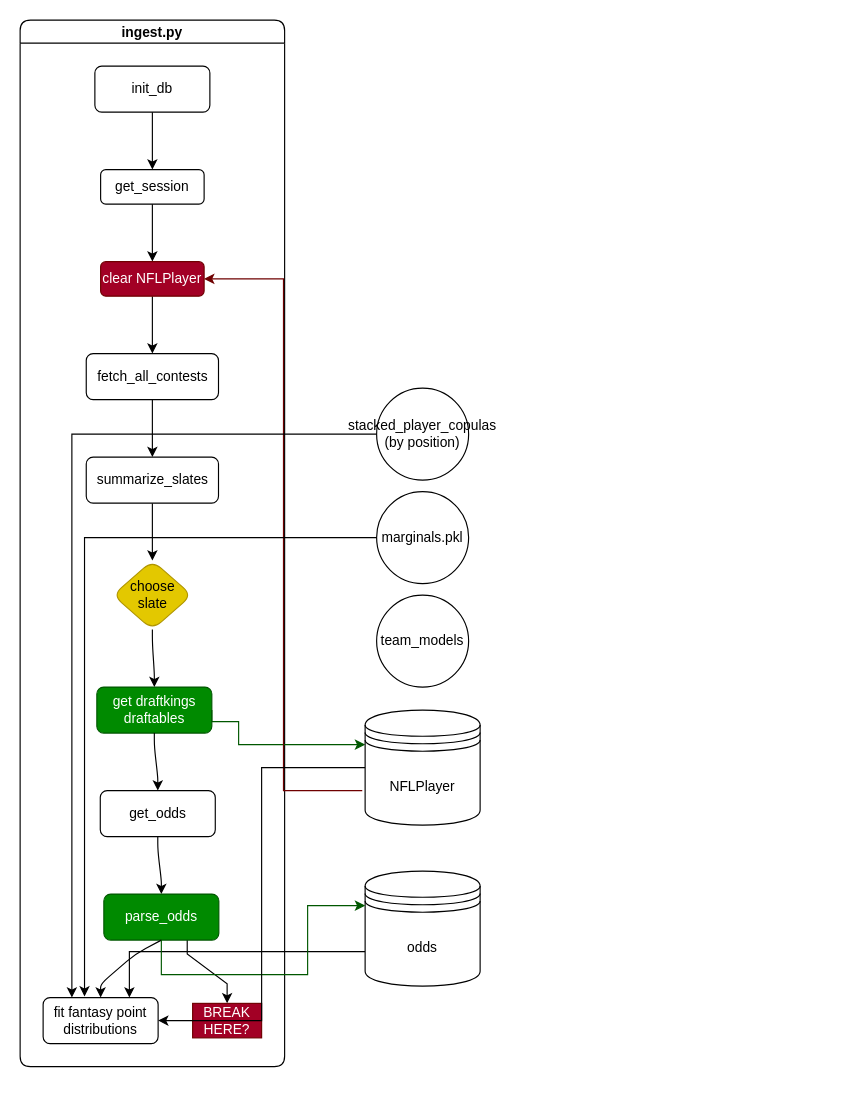
The draw.io diagram NFL.drawio in SamBamCH/ivan, before the edit. Source tidied: cells renumbered, new cells numbered last; positions are measured from the earlier drawing's top-left corner, leaving out a move shared by most shapes. Both pictures are drawn from the tidied source at 115%, with x=0, y=0 at pixel (20, 20).
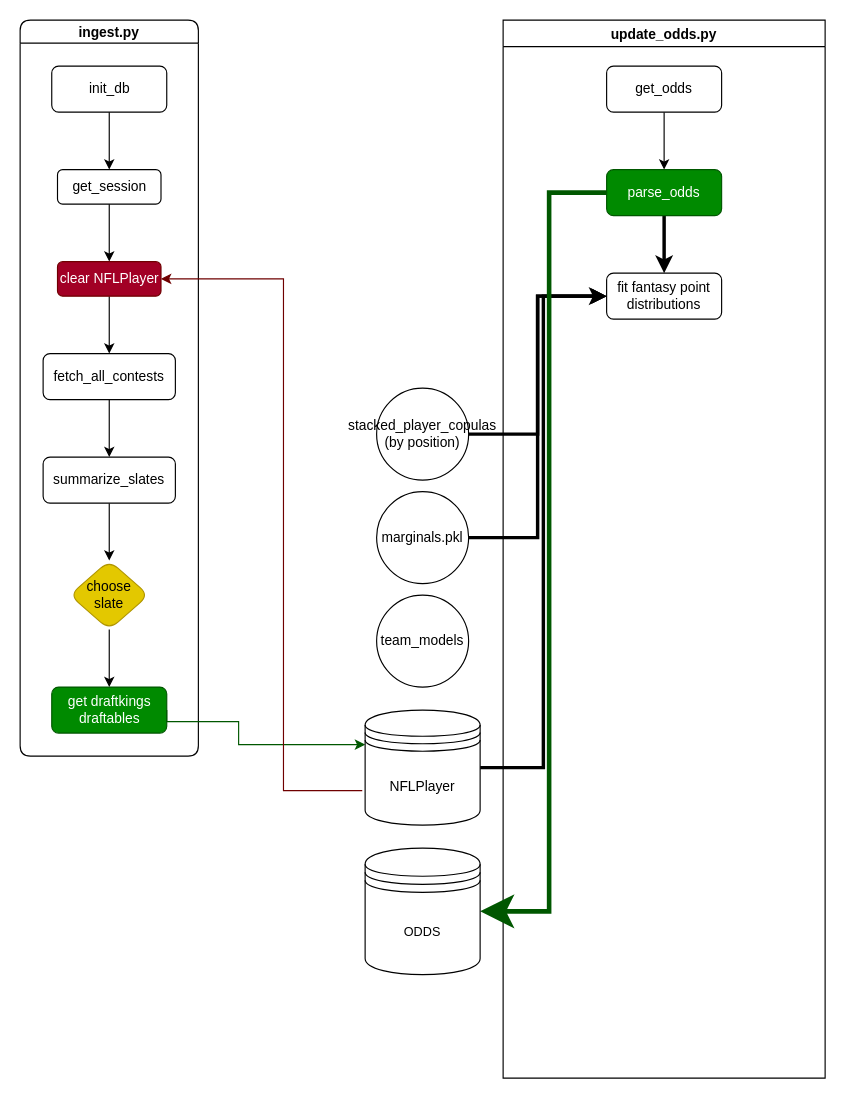
Above is the later version.

Unchanged cells that the change refers to:
```xml
<mxCell id="30" value="NFLPlayer" style="shape=datastore;whiteSpace=wrap;html=1;" parent="1" vertex="1">
  <mxGeometry x="300" y="600" width="100" height="100" as="geometry" />
</mxCell>
<mxCell id="32" value="marginals.pkl" style="ellipse;whiteSpace=wrap;html=1;" parent="1" vertex="1">
  <mxGeometry x="310" y="410" width="80" height="80" as="geometry" />
</mxCell>
<mxCell id="34" value="stacked_player_copulas (by position)" style="ellipse;whiteSpace=wrap;html=1;" parent="1" vertex="1">
  <mxGeometry x="310" y="320" width="80" height="80" as="geometry" />
</mxCell>
```

Change to the diagram source:
```diff
@@
     <mxCell id="2" value="ingest.py" style="swimlane;startSize=20;horizontal=1;flowOrientation=north;interRankCellSpacing=50;containerType=tree;fontSize=12;rounded=1;" parent="1" vertex="1">
-      <mxGeometry width="230" height="910" as="geometry" />
+      <mxGeometry width="155" height="640" as="geometry" />
     </mxCell>
     <mxCell id="3" value="init_db" style="whiteSpace=wrap;html=1;rounded=1;" parent="2" vertex="1">
-      <mxGeometry x="65" y="40" width="100" height="40" as="geometry" />
+      <mxGeometry x="27.5" y="40" width="100" height="40" as="geometry" />
     </mxCell>
     <mxCell id="4" style="edgeStyle=orthogonalEdgeStyle;rounded=1;jettySize=auto;html=1;noEdgeStyle=1;orthogonal=1;entryX=0.5;entryY=0;entryDx=0;entryDy=0;" parent="2" edge="1" source="3" target="6">
       <mxGeometry relative="1" as="geometry">
         <Array as="points">
-          <mxPoint x="115" y="92" />
-          <mxPoint x="115" y="118" />
+          <mxPoint x="77.5" y="92" />
+          <mxPoint x="77.5" y="118" />
         </Array>
       </mxGeometry>
     </mxCell>
     <mxCell id="5" value="get draftkings draftables" style="whiteSpace=wrap;html=1;fillColor=#008a00;fontColor=#ffffff;strokeColor=#005700;rounded=1;" parent="2" vertex="1">
-      <mxGeometry x="66.7" y="580" width="100" height="40" as="geometry" />
+      <mxGeometry x="27.5" y="580" width="100" height="40" as="geometry" />
     </mxCell>
     <mxCell id="6" value="get_session" style="whiteSpace=wrap;html=1;rounded=1;" parent="2" vertex="1">
-      <mxGeometry x="70" y="130" width="90" height="30" as="geometry" />
+      <mxGeometry x="32.5" y="130" width="90" height="30" as="geometry" />
     </mxCell>
     <mxCell id="7" value="fetch_all_contests" style="whiteSpace=wrap;html=1;rounded=1;" parent="2" vertex="1">
-      <mxGeometry x="57.5" y="290" width="115" height="40" as="geometry" />
+      <mxGeometry x="20" y="290" width="115" height="40" as="geometry" />
     </mxCell>
     <mxCell id="8" style="edgeStyle=orthogonalEdgeStyle;rounded=1;jettySize=auto;html=1;noEdgeStyle=1;orthogonal=1;entryX=0.5;entryY=0;entryDx=0;entryDy=0;" parent="2" edge="1" source="7" target="10">
       <mxGeometry relative="1" as="geometry">
         <Array as="points">
-          <mxPoint x="115" y="342" />
-          <mxPoint x="115" y="368" />
+          <mxPoint x="77.5" y="342" />
+          <mxPoint x="77.5" y="368" />
         </Array>
       </mxGeometry>
     </mxCell>
     <mxCell id="9" style="edgeStyle=orthogonalEdgeStyle;rounded=1;jettySize=auto;html=1;entryX=0.5;entryY=0;entryDx=0;entryDy=0;noEdgeStyle=1;orthogonal=1;" parent="2" edge="1" source="10" target="12">
       <mxGeometry relative="1" as="geometry">
         <Array as="points">
-          <mxPoint x="115" y="432" />
-          <mxPoint x="115" y="458" />
+          <mxPoint x="77.5" y="432" />
+          <mxPoint x="77.5" y="458" />
         </Array>
       </mxGeometry>
     </mxCell>
     <mxCell id="10" value="summarize_slates" style="whiteSpace=wrap;html=1;rounded=1;" parent="2" vertex="1">
-      <mxGeometry x="57.5" y="380" width="115" height="40" as="geometry" />
+      <mxGeometry x="20" y="380" width="115" height="40" as="geometry" />
     </mxCell>
     <mxCell id="11" style="edgeStyle=orthogonalEdgeStyle;rounded=1;jettySize=auto;html=1;exitX=0.5;exitY=1;exitDx=0;exitDy=0;entryX=0.5;entryY=0;entryDx=0;entryDy=0;noEdgeStyle=1;orthogonal=1;" parent="2" edge="1" source="12" target="5">
       <mxGeometry relative="1" as="geometry">
         <Array as="points">
-          <mxPoint x="115" y="542" />
-          <mxPoint x="116.7" y="568" />
+          <mxPoint x="77.5" y="542" />
+          <mxPoint x="77.5" y="568" />
         </Array>
       </mxGeometry>
     </mxCell>
     <mxCell id="12" value="choose slate" style="rhombus;whiteSpace=wrap;html=1;rounded=1;fillColor=#e3c800;fontColor=#000000;strokeColor=#B09500;" parent="2" vertex="1">
-      <mxGeometry x="80.6" y="470" width="68.8" height="60" as="geometry" />
+      <mxGeometry x="43.1" y="470" width="68.8" height="60" as="geometry" />
     </mxCell>
-    <mxCell id="13" style="edgeStyle=orthogonalEdgeStyle;rounded=1;jettySize=auto;html=1;exitX=0.5;exitY=1;exitDx=0;exitDy=0;entryX=0.5;entryY=0;entryDx=0;entryDy=0;noEdgeStyle=1;orthogonal=1;" parent="2" edge="1" source="5" target="14">
-      <mxGeometry relative="1" as="geometry">
-        <Array as="points">
-          <mxPoint x="116.7" y="632" />
-          <mxPoint x="119.7" y="658" />
-        </Array>
-      </mxGeometry>
-    </mxCell>
-    <mxCell id="14" value="get_odds" style="whiteSpace=wrap;html=1;rounded=1;" parent="2" vertex="1">
-      <mxGeometry x="69.7" y="670" width="100" height="40" as="geometry" />
-    </mxCell>
     <mxCell id="15" style="edgeStyle=orthogonalEdgeStyle;rounded=1;jettySize=auto;html=1;noEdgeStyle=1;orthogonal=1;entryX=0.5;entryY=0;entryDx=0;entryDy=0;" parent="2" edge="1" source="6" target="17">
       <mxGeometry relative="1" as="geometry">
         <Array as="points">
-          <mxPoint x="115" y="172" />
-          <mxPoint x="115" y="198" />
+          <mxPoint x="77.5" y="172" />
+          <mxPoint x="77.5" y="198" />
         </Array>
       </mxGeometry>
     </mxCell>
     <mxCell id="16" style="edgeStyle=orthogonalEdgeStyle;rounded=0;jettySize=auto;html=1;entryX=0.5;entryY=0;entryDx=0;entryDy=0;noEdgeStyle=1;orthogonal=1;" parent="2" edge="1" source="17" target="7">
       <mxGeometry relative="1" as="geometry">
         <Array as="points">
-          <mxPoint x="115" y="252" />
-          <mxPoint x="115" y="278" />
+          <mxPoint x="77.5" y="252" />
+          <mxPoint x="77.5" y="278" />
         </Array>
       </mxGeometry>
     </mxCell>
     <mxCell id="17" value="clear NFLPlayer" style="whiteSpace=wrap;html=1;rounded=1;fillColor=#a20025;fontColor=#ffffff;strokeColor=#6F0000;" parent="2" vertex="1">
-      <mxGeometry x="70" y="210" width="90" height="30" as="geometry" />
+      <mxGeometry x="32.5" y="210" width="90" height="30" as="geometry" />
     </mxCell>
-    <mxCell id="18" style="edgeStyle=orthogonalEdgeStyle;rounded=1;jettySize=auto;html=1;exitX=0.5;exitY=1;exitDx=0;exitDy=0;entryX=0.5;entryY=0;entryDx=0;entryDy=0;noEdgeStyle=1;orthogonal=1;" parent="2" edge="1" source="14" target="20">
-      <mxGeometry relative="1" as="geometry">
-        <Array as="points">
-          <mxPoint x="119.7" y="722" />
-          <mxPoint x="122.8" y="748" />
-        </Array>
-      </mxGeometry>
-    </mxCell>
-    <mxCell id="19" style="edgeStyle=orthogonalEdgeStyle;rounded=0;jettySize=auto;html=1;entryX=0.5;entryY=0;entryDx=0;entryDy=0;noEdgeStyle=1;orthogonal=1;" parent="2" edge="1" source="20" target="23">
-      <mxGeometry relative="1" as="geometry">
-        <Array as="points">
-          <mxPoint x="145.3" y="812" />
-          <mxPoint x="180" y="838" />
-        </Array>
-      </mxGeometry>
-    </mxCell>
-    <mxCell id="20" value="parse_odds" style="whiteSpace=wrap;html=1;rounded=1;fillColor=#008a00;fontColor=#ffffff;strokeColor=#005700;" parent="2" vertex="1">
-      <mxGeometry x="72.8" y="760" width="100" height="40" as="geometry" />
-    </mxCell>
-    <mxCell id="21" style="edgeStyle=orthogonalEdgeStyle;rounded=1;jettySize=auto;html=1;exitX=0.5;exitY=1;exitDx=0;exitDy=0;entryX=0.5;entryY=0;entryDx=0;entryDy=0;noEdgeStyle=1;orthogonal=1;" parent="2" edge="1" source="20" target="22">
-      <mxGeometry relative="1" as="geometry">
-        <Array as="points">
-          <mxPoint x="100.3" y="812" />
-          <mxPoint x="70" y="838" />
-        </Array>
-      </mxGeometry>
-    </mxCell>
-    <mxCell id="22" value="fit fantasy point distributions" style="whiteSpace=wrap;html=1;rounded=1;" parent="2" vertex="1">
-      <mxGeometry x="20" y="850" width="100" height="40" as="geometry" />
-    </mxCell>
-    <mxCell id="23" value="BREAK HERE?" style="text;html=1;align=center;verticalAlign=middle;whiteSpace=wrap;rounded=0;fillColor=#a20025;fontColor=#ffffff;strokeColor=#6F0000;" parent="2" vertex="1">
-      <mxGeometry x="150" y="855" width="60" height="30" as="geometry" />
-    </mxCell>
@@
-    <mxCell id="25" style="edgeStyle=orthogonalEdgeStyle;rounded=0;jettySize=auto;html=1;entryX=0.75;entryY=0;entryDx=0;entryDy=0;exitX=0;exitY=0.7;exitDx=0;exitDy=0;" parent="1" edge="1" source="26" target="22">
-      <mxGeometry relative="1" as="geometry" />
-    </mxCell>
-    <mxCell id="26" value="odds" style="shape=datastore;whiteSpace=wrap;html=1;" parent="1" vertex="1">
-      <mxGeometry x="300" y="740" width="100" height="100" as="geometry" />
-    </mxCell>
-    <mxCell id="27" style="edgeStyle=orthogonalEdgeStyle;rounded=0;jettySize=auto;html=1;entryX=0;entryY=0.3;entryDx=0;entryDy=0;fillColor=#008a00;strokeColor=#005700;exitX=0.5;exitY=1;exitDx=0;exitDy=0;" parent="1" edge="1" source="20" target="26">
-      <mxGeometry relative="1" as="geometry">
-        <Array as="points">
-          <mxPoint x="123" y="830" />
-          <mxPoint x="250" y="830" />
-          <mxPoint x="250" y="770" />
-        </Array>
-      </mxGeometry>
-    </mxCell>
@@
-    <mxCell id="29" style="edgeStyle=orthogonalEdgeStyle;rounded=0;jettySize=auto;html=1;entryX=1;entryY=0.5;entryDx=0;entryDy=0;" parent="1" edge="1" source="30" target="22">
+    <mxCell id="29" style="edgeStyle=orthogonalEdgeStyle;rounded=0;jettySize=auto;html=1;entryX=0;entryY=0.5;entryDx=0;entryDy=0;strokeWidth=3;startSize=4;endSize=4;" parent="1" edge="1" source="30" target="22">
       <mxGeometry relative="1" as="geometry" />
     </mxCell>
@@
+    <mxCell id="35" style="edgeStyle=orthogonalEdgeStyle;rounded=0;jettySize=auto;html=1;entryX=0;entryY=0.5;entryDx=0;entryDy=0;strokeWidth=3;startSize=3;endSize=3;" parent="1" edge="1" source="32" target="22">
+      <mxGeometry relative="1" as="geometry" />
+    </mxCell>
@@
-    <mxCell id="33" style="edgeStyle=orthogonalEdgeStyle;rounded=0;jettySize=auto;html=1;entryX=0.25;entryY=0;entryDx=0;entryDy=0;" parent="1" edge="1" source="34" target="22">
+    <mxCell id="33" style="edgeStyle=orthogonalEdgeStyle;shape=connector;rounded=0;jettySize=auto;html=1;entryX=0;entryY=0.5;entryDx=0;entryDy=0;strokeColor=default;strokeWidth=3;align=center;verticalAlign=middle;fontFamily=Helvetica;fontSize=11;fontColor=default;labelBackgroundColor=default;endArrow=classic;" parent="1" edge="1" source="34" target="22">
       <mxGeometry relative="1" as="geometry" />
     </mxCell>
@@
-    <mxCell id="35" style="edgeStyle=orthogonalEdgeStyle;rounded=0;jettySize=auto;html=1;entryX=0.36;entryY=-0.025;entryDx=0;entryDy=0;entryPerimeter=0;" parent="1" edge="1" source="32" target="22">
-      <mxGeometry relative="1" as="geometry" />
-    </mxCell>
+    <mxCell id="36" value="update_odds.py" style="swimlane;" parent="1" vertex="1">
+      <mxGeometry x="420" width="280" height="920" as="geometry" />
+    </mxCell>
+    <mxCell id="18" style="edgeStyle=orthogonalEdgeStyle;rounded=0;jettySize=auto;html=1;" parent="36" edge="1" source="14" target="20">
+      <mxGeometry relative="1" as="geometry" />
+    </mxCell>
+    <mxCell id="14" value="get_odds" style="whiteSpace=wrap;html=1;rounded=1;" parent="36" vertex="1">
+      <mxGeometry x="90" y="40" width="100" height="40" as="geometry" />
+    </mxCell>
+    <mxCell id="21" style="edgeStyle=orthogonalEdgeStyle;rounded=0;jettySize=auto;html=1;entryX=0.5;entryY=0;entryDx=0;entryDy=0;strokeWidth=3;" parent="36" edge="1" source="20" target="22">
+      <mxGeometry relative="1" as="geometry" />
+    </mxCell>
+    <mxCell id="20" value="parse_odds" style="whiteSpace=wrap;html=1;rounded=1;fillColor=#008a00;fontColor=#ffffff;strokeColor=#005700;" parent="36" vertex="1">
+      <mxGeometry x="90" y="130" width="100" height="40" as="geometry" />
+    </mxCell>
+    <mxCell id="22" value="fit fantasy point distributions" style="whiteSpace=wrap;html=1;rounded=1;" parent="36" vertex="1">
+      <mxGeometry x="90" y="220" width="100" height="40" as="geometry" />
+    </mxCell>
+    <mxCell id="37" style="edgeStyle=orthogonalEdgeStyle;rounded=0;jettySize=auto;html=1;fillColor=#008a00;strokeColor=#005700;startSize=100;endSize=17;strokeWidth=4;entryX=1;entryY=0.5;entryDx=0;entryDy=0;" parent="1" edge="1" source="20" target="38">
+      <mxGeometry relative="1" as="geometry" />
+    </mxCell>
+    <mxCell id="38" value="ODDS" style="shape=datastore;whiteSpace=wrap;html=1;fontFamily=Helvetica;fontSize=11;fontColor=default;labelBackgroundColor=default;" parent="1" vertex="1">
+      <mxGeometry x="300" y="720" width="100" height="110" as="geometry" />
+    </mxCell>
```
